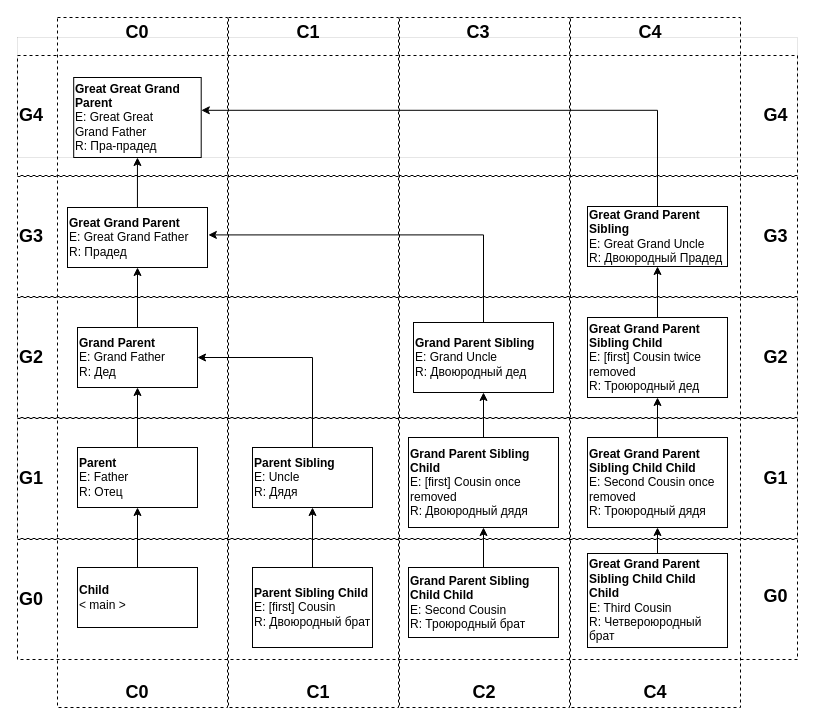
Earlier version of the draw.io diagram Cousins.drawio (gasizdat/GT4). Source tidied: cells renumbered, new cells numbered last; positions are measured from the earlier drawing's top-left corner, leaving out a move shared by most shapes. Both pictures are drawn from the tidied source at 100%, with x=0, y=0 at pixel (17, 17).
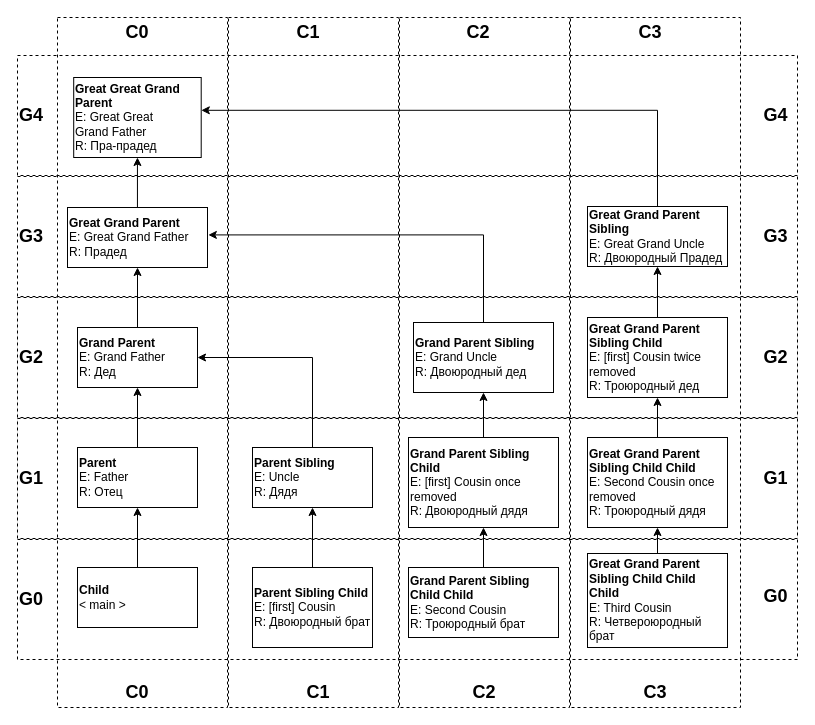
The same page after the edit.

Commit message:
(-) Fix cousins diagram

The change refers to these unchanged cells:
```xml
<mxCell id="10" style="group;" parent="1" vertex="1">
  <mxGeometry x="40" width="170" height="690" as="geometry" />
</mxCell>
<mxCell id="15" style="group;" parent="1" vertex="1">
  <mxGeometry x="211" width="170" height="690" as="geometry" />
</mxCell>
```

Change to the diagram source:
```diff
@@
+    <mxCell id="20" style="group;" parent="1" vertex="1">
+      <mxGeometry x="381" width="170" height="690" as="geometry" />
+    </mxCell>
+    <mxCell id="22" style="group;" parent="20" vertex="1">
+      <mxGeometry x="1" width="170" height="690" as="geometry" />
+    </mxCell>
+    <mxCell id="67" style="group;" parent="22" vertex="1">
+      <mxGeometry width="170" height="690" as="geometry" />
+    </mxCell>
+    <mxCell id="68" style="rounded=0;whiteSpace=wrap;html=1;align=left;fillColor=none;dashed=1;" parent="67" vertex="1">
+      <mxGeometry width="170" height="690" as="geometry" />
+    </mxCell>
+    <mxCell id="24" value="&lt;font style=&quot;font-size: 18px;&quot;&gt;&lt;b&gt;C2&lt;/b&gt;&lt;/font&gt;" style="text;html=1;whiteSpace=wrap;strokeColor=none;fillColor=none;align=center;verticalAlign=middle;rounded=0;" parent="67" vertex="1">
+      <mxGeometry x="55" y="659.1" width="60" height="30.9" as="geometry" />
+    </mxCell>
+    <mxCell id="69" value="&lt;font style=&quot;font-size: 18px;&quot;&gt;&lt;b&gt;C2&lt;/b&gt;&lt;/font&gt;" style="text;html=1;whiteSpace=wrap;strokeColor=none;fillColor=none;align=center;verticalAlign=middle;rounded=0;" parent="22" vertex="1">
+      <mxGeometry x="49" width="60" height="30.9" as="geometry" />
+    </mxCell>
@@
-    <mxCell id="5" style="group;strokeColor=default;strokeWidth=0;" parent="1" vertex="1">
-      <mxGeometry y="20" width="780" height="120" as="geometry" />
-    </mxCell>
@@
-    <mxCell id="12" style="group;" parent="10" vertex="1">
-      <mxGeometry width="170" height="690" as="geometry" />
-    </mxCell>
-    <mxCell id="13" style="rounded=0;whiteSpace=wrap;html=1;align=left;fillColor=none;dashed=1;" parent="12" vertex="1">
-      <mxGeometry width="170" height="690" as="geometry" />
-    </mxCell>
+    <mxCell id="70" style="group;" parent="10" vertex="1">
+      <mxGeometry width="170" height="690" as="geometry" />
+    </mxCell>
+    <mxCell id="71" style="rounded=0;whiteSpace=wrap;html=1;align=left;fillColor=none;dashed=1;" parent="70" vertex="1">
+      <mxGeometry width="170" height="690" as="geometry" />
+    </mxCell>
-    <mxCell id="14" value="&lt;font style=&quot;font-size: 18px;&quot;&gt;&lt;b&gt;C0&lt;/b&gt;&lt;/font&gt;" style="text;html=1;whiteSpace=wrap;strokeColor=none;fillColor=none;align=center;verticalAlign=middle;rounded=0;" parent="12" vertex="1">
+    <mxCell id="14" value="&lt;font style=&quot;font-size: 18px;&quot;&gt;&lt;b&gt;C0&lt;/b&gt;&lt;/font&gt;" style="text;html=1;whiteSpace=wrap;strokeColor=none;fillColor=none;align=center;verticalAlign=middle;rounded=0;" parent="70" vertex="1">
       <mxGeometry x="50" y="659.1" width="60" height="30.9" as="geometry" />
     </mxCell>
@@
-    <mxCell id="17" style="group;" parent="15" vertex="1">
-      <mxGeometry width="170" height="690" as="geometry" />
-    </mxCell>
-    <mxCell id="18" style="rounded=0;whiteSpace=wrap;html=1;align=left;fillColor=none;dashed=1;" parent="17" vertex="1">
-      <mxGeometry width="170" height="690" as="geometry" />
-    </mxCell>
+    <mxCell id="72" style="group;" parent="15" vertex="1">
+      <mxGeometry width="170" height="690" as="geometry" />
+    </mxCell>
+    <mxCell id="73" style="rounded=0;whiteSpace=wrap;html=1;align=left;fillColor=none;dashed=1;" parent="72" vertex="1">
+      <mxGeometry width="170" height="690" as="geometry" />
+    </mxCell>
-    <mxCell id="19" value="&lt;font style=&quot;font-size: 18px;&quot;&gt;&lt;b&gt;C1&lt;/b&gt;&lt;/font&gt;" style="text;html=1;whiteSpace=wrap;strokeColor=none;fillColor=none;align=center;verticalAlign=middle;rounded=0;" parent="17" vertex="1">
+    <mxCell id="19" value="&lt;font style=&quot;font-size: 18px;&quot;&gt;&lt;b&gt;C1&lt;/b&gt;&lt;/font&gt;" style="text;html=1;whiteSpace=wrap;strokeColor=none;fillColor=none;align=center;verticalAlign=middle;rounded=0;" parent="72" vertex="1">
       <mxGeometry x="60" y="659.1" width="60" height="30.9" as="geometry" />
     </mxCell>
-    <mxCell id="20" style="group;" parent="1" vertex="1">
-      <mxGeometry x="381" width="170" height="690" as="geometry" />
-    </mxCell>
-    <mxCell id="21" value="&lt;font style=&quot;font-size: 18px;&quot;&gt;&lt;b&gt;C3&lt;/b&gt;&lt;/font&gt;" style="text;html=1;whiteSpace=wrap;strokeColor=none;fillColor=none;align=center;verticalAlign=middle;rounded=0;" parent="20" vertex="1">
-      <mxGeometry x="50" width="60" height="30.9" as="geometry" />
-    </mxCell>
-    <mxCell id="22" style="group;" parent="20" vertex="1">
-      <mxGeometry x="1" width="170" height="690" as="geometry" />
-    </mxCell>
-    <mxCell id="23" style="rounded=0;whiteSpace=wrap;html=1;align=left;fillColor=none;dashed=1;" parent="22" vertex="1">
-      <mxGeometry width="170" height="690" as="geometry" />
-    </mxCell>
-    <mxCell id="24" value="&lt;font style=&quot;font-size: 18px;&quot;&gt;&lt;b&gt;C2&lt;/b&gt;&lt;/font&gt;" style="text;html=1;whiteSpace=wrap;strokeColor=none;fillColor=none;align=center;verticalAlign=middle;rounded=0;" parent="22" vertex="1">
-      <mxGeometry x="55" y="659.1" width="60" height="30.9" as="geometry" />
-    </mxCell>
@@
-    <mxCell id="40" style="group;" parent="1" vertex="1">
-      <mxGeometry x="553" width="170" height="690" as="geometry" />
-    </mxCell>
-    <mxCell id="41" value="&lt;font style=&quot;font-size: 18px;&quot;&gt;&lt;b&gt;C4&lt;/b&gt;&lt;/font&gt;" style="text;html=1;whiteSpace=wrap;strokeColor=none;fillColor=none;align=center;verticalAlign=middle;rounded=0;" parent="40" vertex="1">
-      <mxGeometry x="50" width="60" height="30" as="geometry" />
-    </mxCell>
-    <mxCell id="42" style="group;" parent="40" vertex="1">
-      <mxGeometry width="170" height="690" as="geometry" />
-    </mxCell>
-    <mxCell id="43" value="&lt;font style=&quot;font-size: 18px;&quot;&gt;&lt;b&gt;C4&lt;/b&gt;&lt;/font&gt;" style="text;html=1;whiteSpace=wrap;strokeColor=none;fillColor=none;align=center;verticalAlign=middle;rounded=0;" parent="42" vertex="1">
-      <mxGeometry x="55" y="659.1" width="60" height="30.9" as="geometry" />
-    </mxCell>
-    <mxCell id="44" style="rounded=0;whiteSpace=wrap;html=1;align=left;fillColor=none;dashed=1;" parent="42" vertex="1">
-      <mxGeometry width="170" height="690" as="geometry" />
-    </mxCell>
@@
+    <mxCell id="40" style="group;" parent="1" vertex="1">
+      <mxGeometry x="553" width="170" height="690" as="geometry" />
+    </mxCell>
+    <mxCell id="74" style="group;" parent="40" vertex="1">
+      <mxGeometry width="170" height="690" as="geometry" />
+    </mxCell>
+    <mxCell id="75" style="group;" parent="74" vertex="1">
+      <mxGeometry width="170" height="690" as="geometry" />
+    </mxCell>
+    <mxCell id="76" style="group;" parent="75" vertex="1">
+      <mxGeometry width="170" height="690" as="geometry" />
+    </mxCell>
+    <mxCell id="77" style="rounded=0;whiteSpace=wrap;html=1;align=left;fillColor=none;dashed=1;" parent="76" vertex="1">
+      <mxGeometry width="170" height="690" as="geometry" />
+    </mxCell>
+    <mxCell id="78" value="&lt;font style=&quot;font-size: 18px;&quot;&gt;&lt;b&gt;C3&lt;/b&gt;&lt;/font&gt;" style="text;html=1;whiteSpace=wrap;strokeColor=none;fillColor=none;align=center;verticalAlign=middle;rounded=0;" parent="76" vertex="1">
+      <mxGeometry x="55" y="659.1" width="60" height="30.9" as="geometry" />
+    </mxCell>
+    <mxCell id="79" value="&lt;font style=&quot;font-size: 18px;&quot;&gt;&lt;b&gt;C3&lt;/b&gt;&lt;/font&gt;" style="text;html=1;whiteSpace=wrap;strokeColor=none;fillColor=none;align=center;verticalAlign=middle;rounded=0;" parent="74" vertex="1">
+      <mxGeometry x="50" width="60" height="30" as="geometry" />
+    </mxCell>
```
